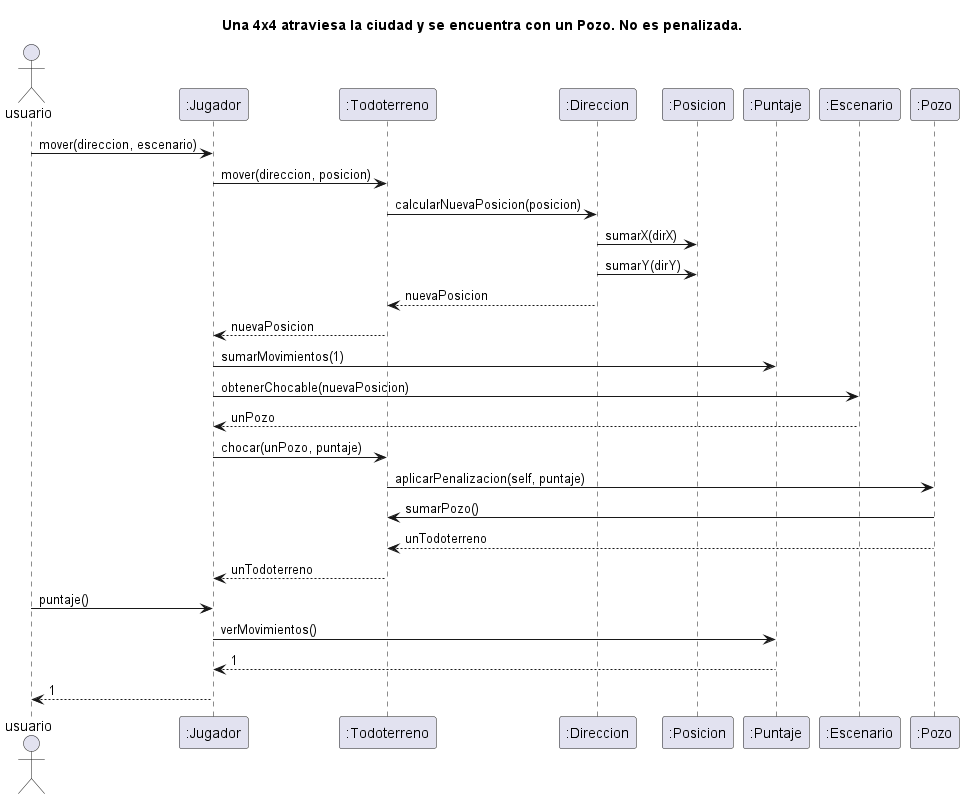
Above: diagrams/sequences/todoterreno_choca_pozo.png in NestorPala/T17-GPSChallenge (PlantUML), before the change. Its source is kept beside it as diagrams/sequences/todoterreno_choca_pozo.puml.
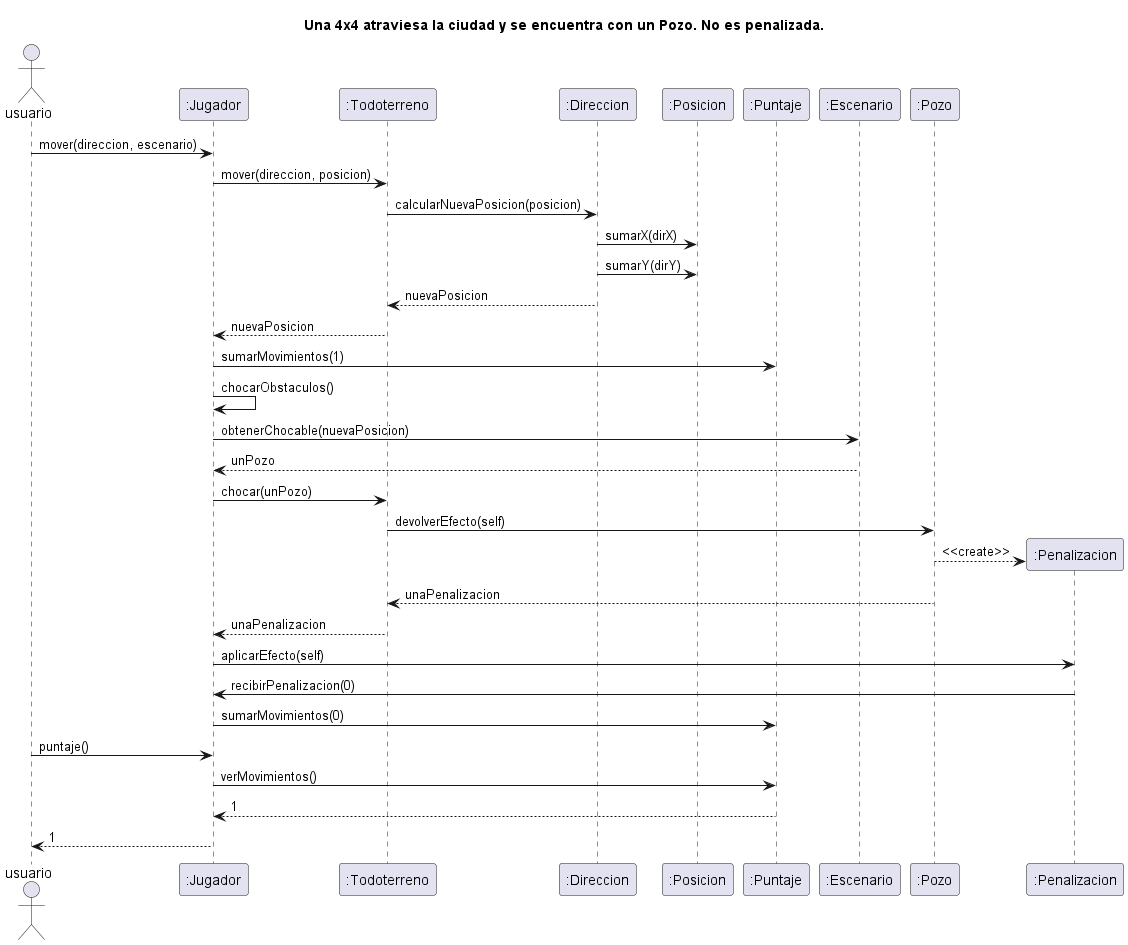
Later version of the same file.

Change to the diagram source:
```diff
@@ -10,13 +10,18 @@
 ":Direccion" --> ":Todoterreno": nuevaPosicion
 ":Todoterreno" --> ":Jugador": nuevaPosicion
 ":Jugador" -> ":Puntaje": sumarMovimientos(1)
+":Jugador" -> ":Jugador": chocarObstaculos()
 ":Jugador" -> ":Escenario": obtenerChocable(nuevaPosicion)
 ":Escenario" --> ":Jugador": unPozo
-":Jugador" -> ":Todoterreno": chocar(unPozo, puntaje)
-":Todoterreno" -> ":Pozo": aplicarPenalizacion(self, puntaje)
-":Pozo" -> ":Todoterreno" : sumarPozo()
-":Pozo" --> ":Todoterreno" : unTodoterreno
-":Todoterreno" --> ":Jugador" : unTodoterreno
+":Jugador" -> ":Todoterreno": chocar(unPozo)
+":Todoterreno" -> ":Pozo": devolverEfecto(self)
+create ":Penalizacion"
+":Pozo" --> ":Penalizacion": <<create>>
+":Pozo" --> ":Todoterreno" : unaPenalizacion
+":Todoterreno" --> ":Jugador" : unaPenalizacion
+":Jugador" -> ":Penalizacion" : aplicarEfecto(self)
+":Penalizacion" -> ":Jugador" : recibirPenalizacion(0)
+":Jugador" -> ":Puntaje" : sumarMovimientos(0)
 
 "usuario" -> ":Jugador": puntaje()
 ":Jugador" -> ":Puntaje": verMovimientos()
```
